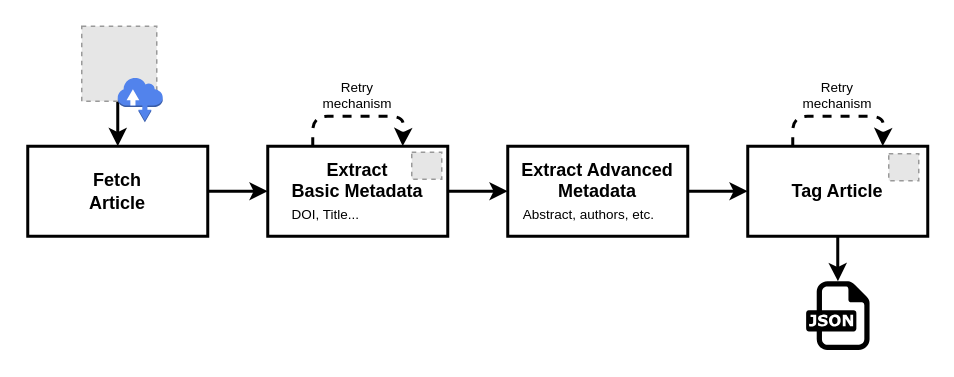
Before: assets/img/posts/2025-10-12-agentic-workflows/papers-please-metadata-dag.drawio in hclimente/hclimente.github.io, a draw.io diagram. Source tidied: cells renumbered, new cells numbered last; positions are measured from the earlier drawing's top-left corner, leaving out a move shared by most shapes. Both pictures are drawn from the tidied source at 150%, with x=0, y=0 at pixel (27, 26). Pictures stored in the file or linked from it are replaced by grey dashed boxes.
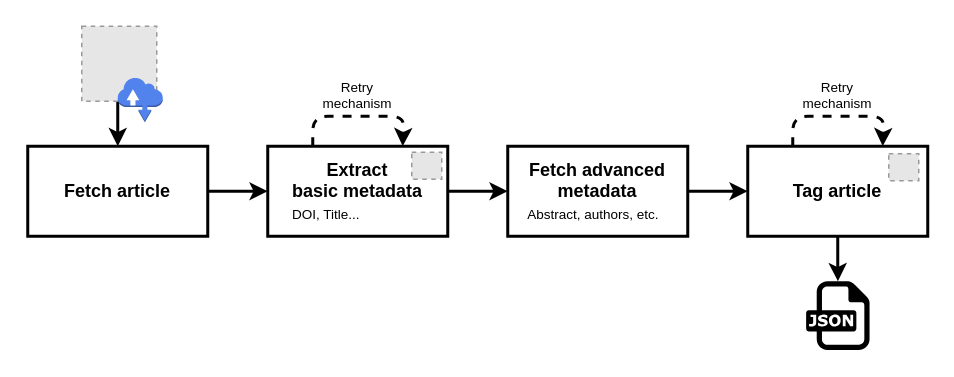
The same page after the edit.

The edit, as a diff of the source:
```diff
@@
-    <mxCell id="4" value="&lt;div&gt;&lt;b&gt;Fetch&lt;/b&gt;&lt;/div&gt;&lt;div&gt;&lt;b&gt;Article&lt;/b&gt;&lt;/div&gt;" style="rounded=0;whiteSpace=wrap;html=1;strokeWidth=2;" parent="1" vertex="1">
+    <mxCell id="4" value="&lt;div&gt;&lt;b&gt;Fetch article&lt;/b&gt;&lt;/div&gt;" style="rounded=0;whiteSpace=wrap;html=1;strokeWidth=2;" parent="1" vertex="1">
       <mxGeometry y="80" width="120" height="60" as="geometry" />
     </mxCell>
@@
-    <mxCell id="7" value="&lt;div&gt;&lt;b&gt;Extract&lt;/b&gt;&lt;/div&gt;&lt;div&gt;&lt;b&gt;Basic Metadata&lt;/b&gt;&lt;/div&gt;&lt;div align=&quot;left&quot;&gt;&lt;font style=&quot;font-size: 9px;&quot;&gt;DOI, Title...&lt;/font&gt;&lt;/div&gt;" style="rounded=0;whiteSpace=wrap;html=1;strokeWidth=2;" parent="1" vertex="1">
+    <mxCell id="7" value="&lt;div&gt;&lt;b&gt;Extract&lt;/b&gt;&lt;/div&gt;&lt;div&gt;&lt;b&gt;basic metadata&lt;/b&gt;&lt;/div&gt;&lt;div align=&quot;left&quot;&gt;&lt;font style=&quot;font-size: 9px;&quot;&gt;DOI, Title...&lt;/font&gt;&lt;/div&gt;" style="rounded=0;whiteSpace=wrap;html=1;strokeWidth=2;" parent="1" vertex="1">
       <mxGeometry x="160" y="80" width="120" height="60" as="geometry" />
     </mxCell>
@@
-    <mxCell id="9" value="&lt;div&gt;&lt;b&gt;Extract Advanced Metadata&lt;/b&gt;&lt;/div&gt;&lt;div align=&quot;left&quot;&gt;&lt;font style=&quot;font-size: 9px;&quot;&gt;&amp;nbsp; &amp;nbsp; Abstract, authors, etc.&lt;/font&gt;&lt;/div&gt;" style="rounded=0;whiteSpace=wrap;html=1;strokeWidth=2;" parent="1" vertex="1">
+    <mxCell id="9" value="&lt;div&gt;&lt;b&gt;Fetch advanced metadata&lt;/b&gt;&lt;/div&gt;&lt;div align=&quot;left&quot;&gt;&lt;font style=&quot;font-size: 9px;&quot;&gt;&amp;nbsp; &amp;nbsp; &amp;nbsp;Abstract, authors, etc.&lt;/font&gt;&lt;/div&gt;" style="rounded=0;whiteSpace=wrap;html=1;strokeWidth=2;" parent="1" vertex="1">
       <mxGeometry x="320" y="80" width="120" height="60" as="geometry" />
     </mxCell>
@@
-    <mxCell id="12" value="&lt;div&gt;&lt;b&gt;Tag Article&lt;/b&gt;&lt;/div&gt;" style="rounded=0;whiteSpace=wrap;html=1;strokeWidth=2;" parent="1" vertex="1">
+    <mxCell id="12" value="&lt;div&gt;&lt;b&gt;Tag article&lt;/b&gt;&lt;/div&gt;" style="rounded=0;whiteSpace=wrap;html=1;strokeWidth=2;" parent="1" vertex="1">
       <mxGeometry x="480" y="80" width="120" height="60" as="geometry" />
     </mxCell>
```
